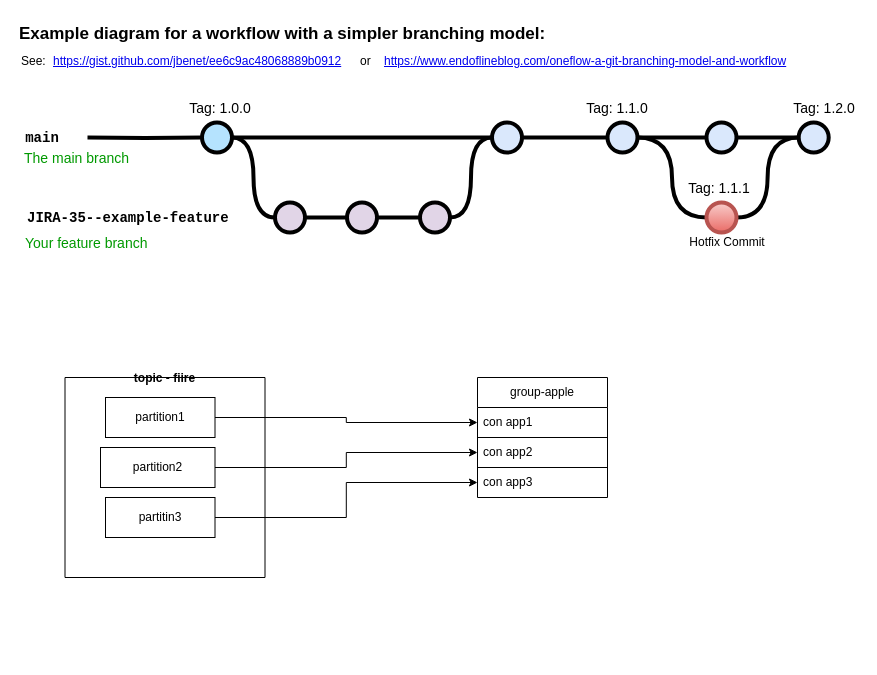
Before: 未命名绘图.drawio in enchanter1cl/test-demo, a draw.io diagram. Source tidied: cells renumbered, new cells numbered last; positions are measured from the earlier drawing's top-left corner, leaving out a move shared by most shapes. Both pictures are drawn from the tidied source at 100%, with x=0, y=0 at pixel (17, 17).
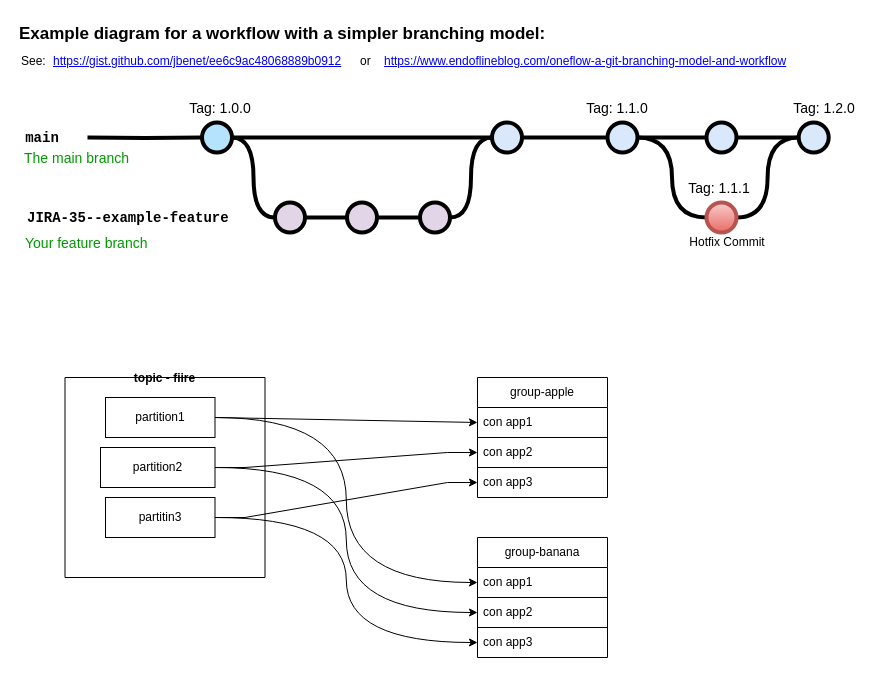
The same page after the edit.

Unchanged cells that the change refers to:
```xml
<mxCell id="37" value="partition1" style="rounded=0;whiteSpace=wrap;html=1;" parent="36" vertex="1">
  <mxGeometry x="40.5" y="20" width="109.5" height="40" as="geometry" />
</mxCell>
<mxCell id="38" value="partition2" style="rounded=0;whiteSpace=wrap;html=1;" parent="36" vertex="1">
  <mxGeometry x="35.5" y="70" width="114.5" height="40" as="geometry" />
</mxCell>
<mxCell id="39" value="partitin3" style="rounded=0;whiteSpace=wrap;html=1;" parent="36" vertex="1">
  <mxGeometry x="40.5" y="120" width="109.5" height="40" as="geometry" />
</mxCell>
<mxCell id="41" value="con app1" style="text;strokeColor=none;fillColor=none;align=left;verticalAlign=middle;spacingLeft=4;spacingRight=4;overflow=hidden;points=[[0,0.5],[1,0.5]];portConstraint=eastwest;whiteSpace=wrap;html=1;" parent="40" vertex="1">
  <mxGeometry y="30" width="130" height="30" as="geometry" />
</mxCell>
<mxCell id="42" value="con app2" style="text;strokeColor=default;fillColor=none;align=left;verticalAlign=middle;spacingLeft=4;spacingRight=4;overflow=hidden;points=[[0,0.5],[1,0.5]];portConstraint=eastwest;whiteSpace=wrap;html=1;" parent="40" vertex="1">
  <mxGeometry y="60" width="130" height="30" as="geometry" />
</mxCell>
<mxCell id="43" value="con app3" style="text;strokeColor=none;fillColor=none;align=left;verticalAlign=middle;spacingLeft=4;spacingRight=4;overflow=hidden;points=[[0,0.5],[1,0.5]];portConstraint=eastwest;whiteSpace=wrap;html=1;" parent="40" vertex="1">
  <mxGeometry y="90" width="130" height="30" as="geometry" />
</mxCell>
```

Diff of the diagram source:
```diff
@@
-    <mxCell id="44" style="edgeStyle=orthogonalEdgeStyle;rounded=0;jettySize=auto;html=1;exitX=1;exitY=0.5;exitDx=0;exitDy=0;entryX=0;entryY=0.5;entryDx=0;entryDy=0;" parent="1" edge="1" source="37" target="41">
+    <mxCell id="44" style="rounded=0;jettySize=auto;html=1;exitX=1;exitY=0.5;exitDx=0;exitDy=0;entryX=0;entryY=0.5;entryDx=0;entryDy=0;" parent="1" edge="1" source="37" target="41">
       <mxGeometry relative="1" as="geometry" />
     </mxCell>
-    <mxCell id="45" style="edgeStyle=orthogonalEdgeStyle;rounded=0;jettySize=auto;html=1;exitX=1;exitY=0.5;exitDx=0;exitDy=0;entryX=0;entryY=0.5;entryDx=0;entryDy=0;" parent="1" edge="1" source="38" target="42">
+    <mxCell id="45" style="edgeStyle=entityRelationEdgeStyle;rounded=0;jettySize=auto;html=1;exitX=1;exitY=0.5;exitDx=0;exitDy=0;entryX=0;entryY=0.5;entryDx=0;entryDy=0;" parent="1" edge="1" source="38" target="42">
       <mxGeometry relative="1" as="geometry" />
     </mxCell>
-    <mxCell id="46" style="edgeStyle=orthogonalEdgeStyle;rounded=0;jettySize=auto;html=1;exitX=1;exitY=0.5;exitDx=0;exitDy=0;entryX=0;entryY=0.5;entryDx=0;entryDy=0;" parent="1" edge="1" source="39" target="43">
+    <mxCell id="46" style="edgeStyle=entityRelationEdgeStyle;rounded=0;jettySize=auto;html=1;exitX=1;exitY=0.5;exitDx=0;exitDy=0;entryX=0;entryY=0.5;entryDx=0;entryDy=0;" parent="1" edge="1" source="39" target="43">
       <mxGeometry relative="1" as="geometry" />
     </mxCell>
+    <mxCell id="47" value="group-banana" style="swimlane;fontStyle=0;horizontal=1;startSize=30;whiteSpace=wrap;html=1;" parent="1" vertex="1">
+      <mxGeometry x="460" y="520" width="130" height="120" as="geometry" />
+    </mxCell>
+    <mxCell id="48" value="con app1" style="text;strokeColor=none;fillColor=none;align=left;verticalAlign=middle;spacingLeft=4;spacingRight=4;overflow=hidden;points=[[0,0.5],[1,0.5]];portConstraint=eastwest;whiteSpace=wrap;html=1;" parent="47" vertex="1">
+      <mxGeometry y="30" width="130" height="30" as="geometry" />
+    </mxCell>
+    <mxCell id="49" value="con app2" style="text;strokeColor=default;fillColor=none;align=left;verticalAlign=middle;spacingLeft=4;spacingRight=4;overflow=hidden;points=[[0,0.5],[1,0.5]];portConstraint=eastwest;whiteSpace=wrap;html=1;" parent="47" vertex="1">
+      <mxGeometry y="60" width="130" height="30" as="geometry" />
+    </mxCell>
+    <mxCell id="50" value="con app3" style="text;strokeColor=none;fillColor=none;align=left;verticalAlign=middle;spacingLeft=4;spacingRight=4;overflow=hidden;points=[[0,0.5],[1,0.5]];portConstraint=eastwest;whiteSpace=wrap;html=1;" parent="47" vertex="1">
+      <mxGeometry y="90" width="130" height="30" as="geometry" />
+    </mxCell>
+    <mxCell id="51" style="edgeStyle=orthogonalEdgeStyle;rounded=0;jettySize=auto;html=1;exitX=1;exitY=0.5;exitDx=0;exitDy=0;entryX=0;entryY=0.5;entryDx=0;entryDy=0;curved=1;" parent="1" edge="1" source="37" target="48">
+      <mxGeometry relative="1" as="geometry" />
+    </mxCell>
+    <mxCell id="52" style="edgeStyle=orthogonalEdgeStyle;rounded=0;jettySize=auto;html=1;entryX=0;entryY=0.5;entryDx=0;entryDy=0;curved=1;exitX=1;exitY=0.5;exitDx=0;exitDy=0;" parent="1" edge="1" source="38" target="49">
+      <mxGeometry relative="1" as="geometry" />
+    </mxCell>
+    <mxCell id="53" style="edgeStyle=orthogonalEdgeStyle;curved=1;rounded=0;jettySize=auto;html=1;exitX=1;exitY=0.5;exitDx=0;exitDy=0;entryX=0;entryY=0.5;entryDx=0;entryDy=0;" parent="1" edge="1" source="39" target="50">
+      <mxGeometry relative="1" as="geometry" />
+    </mxCell>
```
